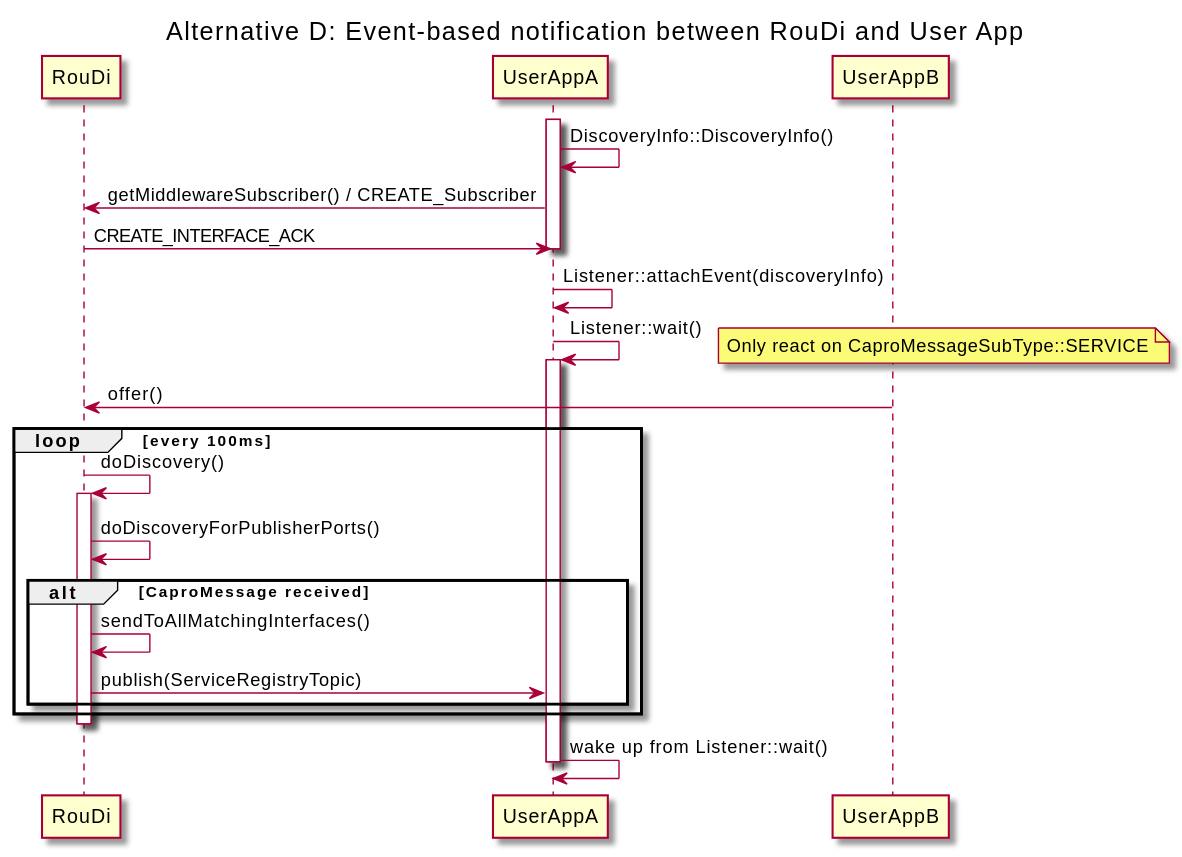
eclipse-iceoryx/iceoryx keeps this PlantUML diagram as doc/design/diagrams/service-discovery/sequence-diagram-alternative-d.svg. Above is the earlier version. Its source is kept beside it as doc/design/diagrams/service-discovery/sequence-diagram-alternative-d.puml.
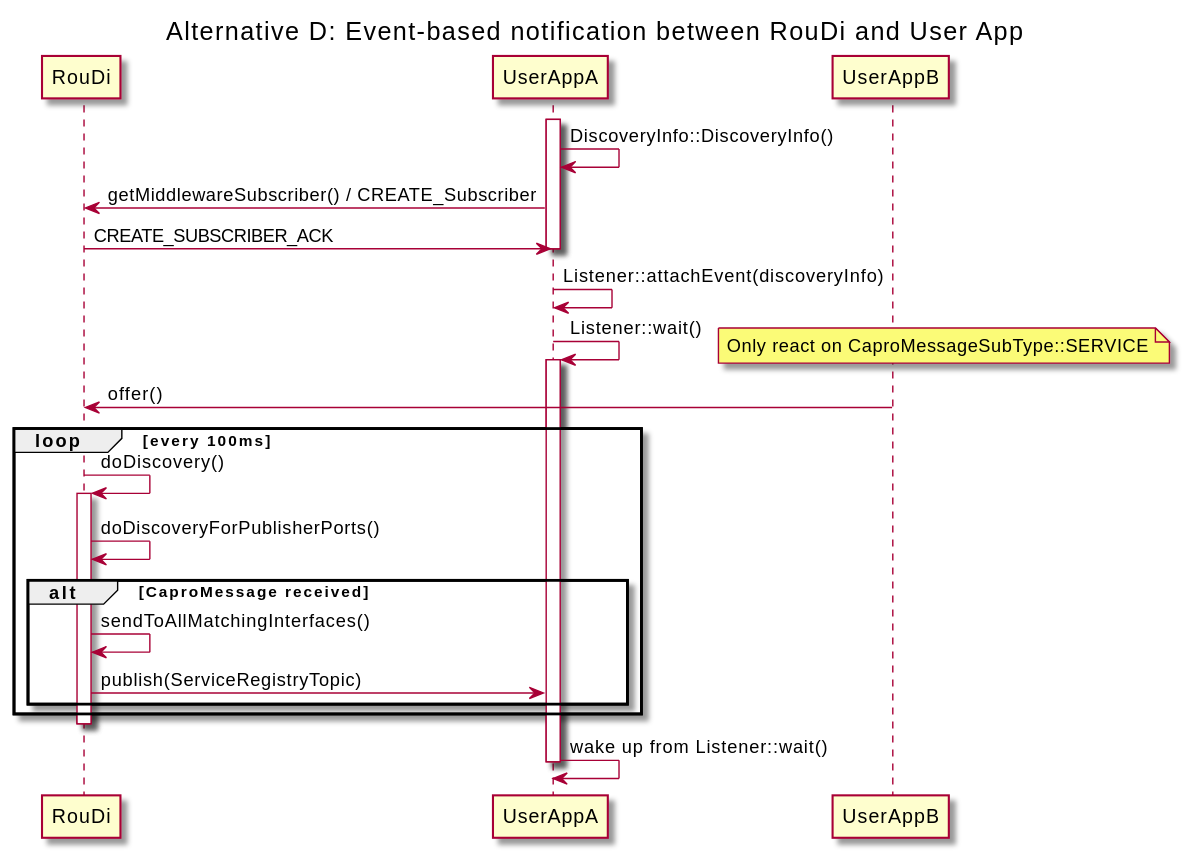
Above is the later version.

Change to the diagram source:
```diff
@@ -10,7 +10,7 @@
 UserAppA->UserAppA: DiscoveryInfo::DiscoveryInfo()
 UserAppA->RouDi:  getMiddlewareSubscriber() / CREATE_Subscriber
 
-RouDi->UserAppA: CREATE_INTERFACE_ACK
+RouDi->UserAppA: CREATE_SUBSCRIBER_ACK
 deactivate UserAppA
 
 UserAppA->UserAppA: Listener::attachEvent(discoveryInfo)
```
